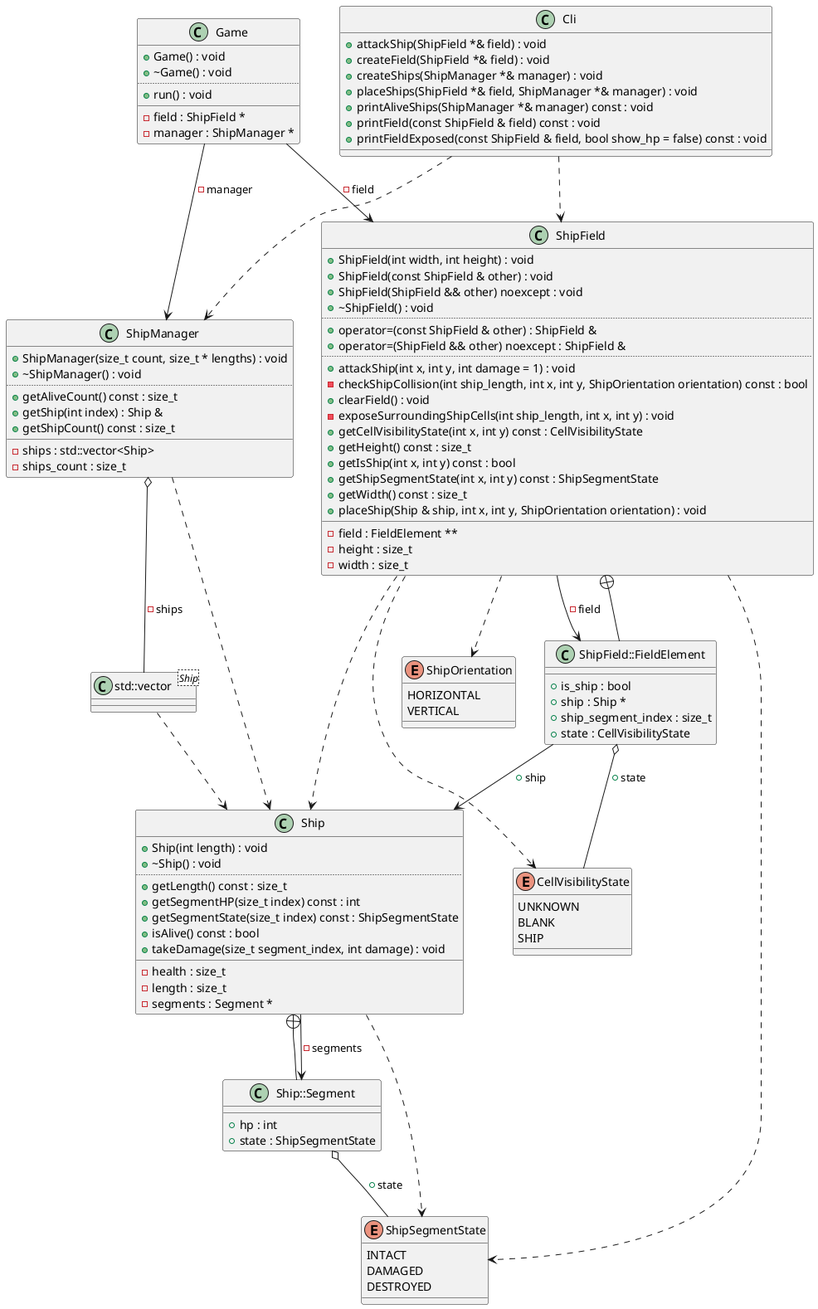
Above: diagrams/Game.png in Rennelv/ships (PlantUML), before the change.
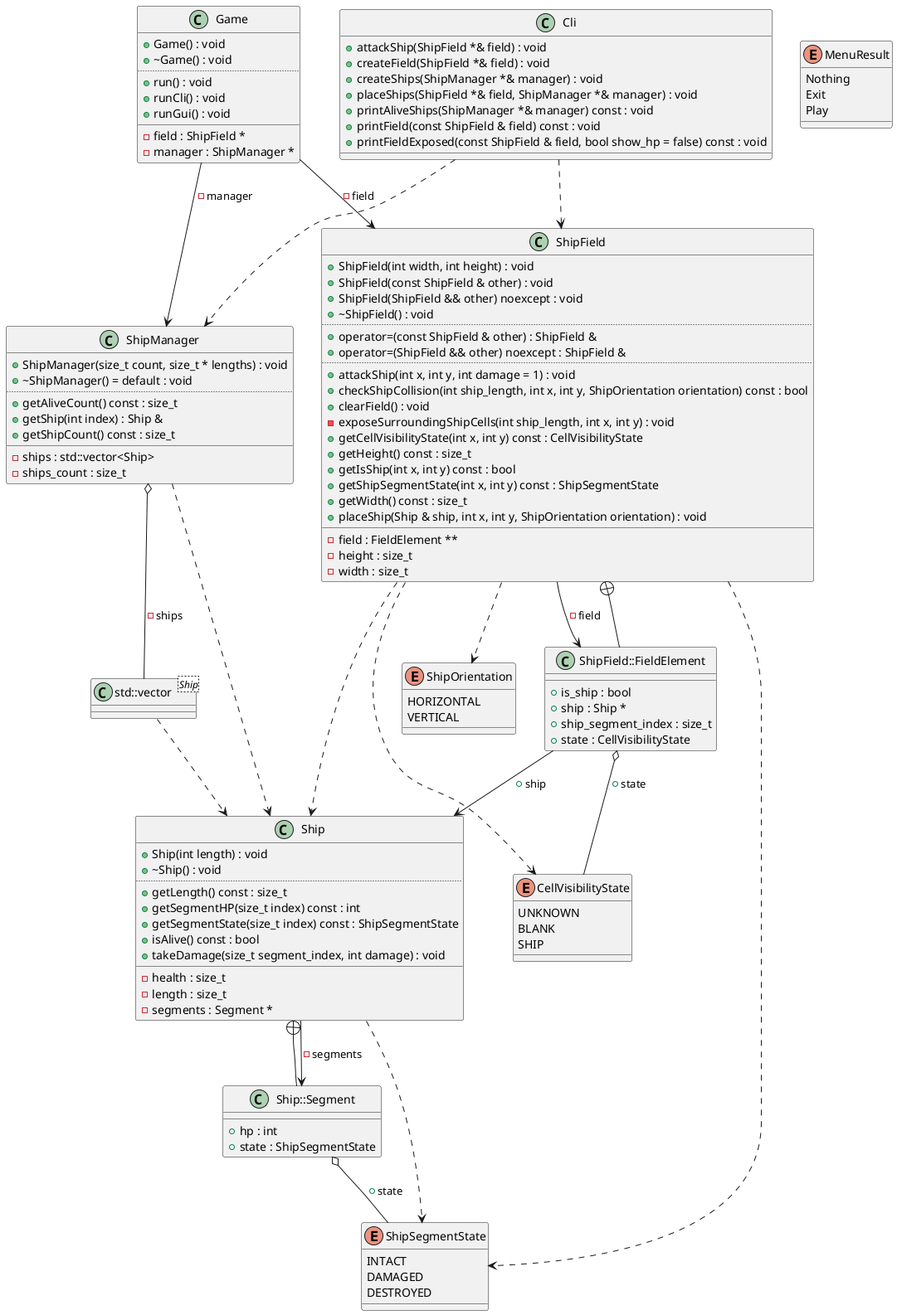
The same diagram one commit later.

Change to the diagram source:
```diff
@@ -19,6 +19,12 @@
 UNKNOWN
 BLANK
 SHIP
+}
+enum "MenuResult" as C_0000336692914646176741
+enum C_0000336692914646176741 {
+Nothing
+Exit
+Play
 }
 class "Ship" as C_0014529657433315016423
 class C_0014529657433315016423 {
@@ -52,7 +58,7 @@
 +operator=(ShipField && other) noexcept : ShipField &
 ..
 +attackShip(int x, int y, int damage = 1) : void
--checkShipCollision(int ship_length, int x, int y, ShipOrientation orientation) const : bool
++checkShipCollision(int ship_length, int x, int y, ShipOrientation orientation) const : bool
 +clearField() : void
 -exposeSurroundingShipCells(int ship_length, int x, int y) : void
 +getCellVisibilityState(int x, int y) const : CellVisibilityState
@@ -77,7 +83,7 @@
 class "ShipManager" as C_0017499122254539489506
 class C_0017499122254539489506 {
 +ShipManager(size_t count, size_t * lengths) : void
-+~ShipManager() : void
++~ShipManager() = default : void
 ..
 +getAliveCount() const : size_t
 +getShip(int index) : Ship &
@@ -92,6 +98,8 @@
 +~Game() : void
 ..
 +run() : void
++runCli() : void
++runGui() : void
 __
 -field : ShipField *
 -manager : ShipManager *
```
